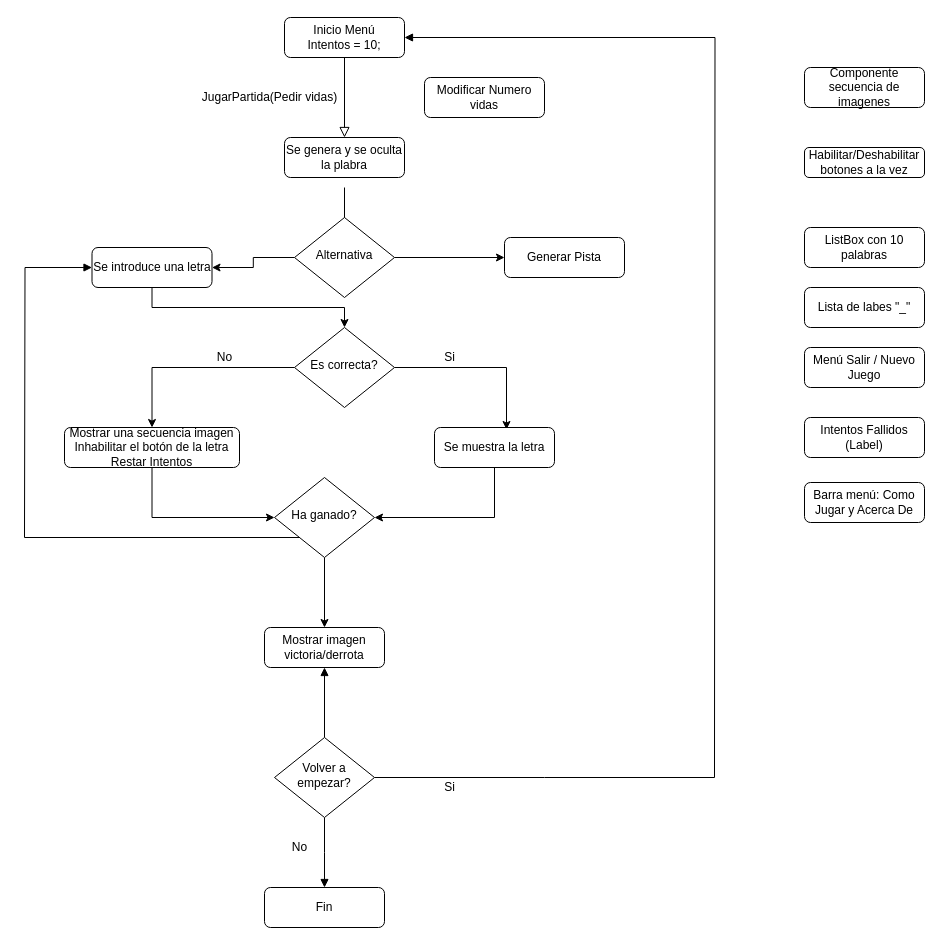
Before: FlujoAhorcado.drawio in JagaScripts/java-full-stack-dev-m4-game02, a draw.io diagram. Source tidied: cells renumbered, new cells numbered last; positions are measured from the earlier drawing's top-left corner, leaving out a move shared by most shapes. Both pictures are drawn from the tidied source at 100%, with x=0, y=0 at pixel (24, 17).
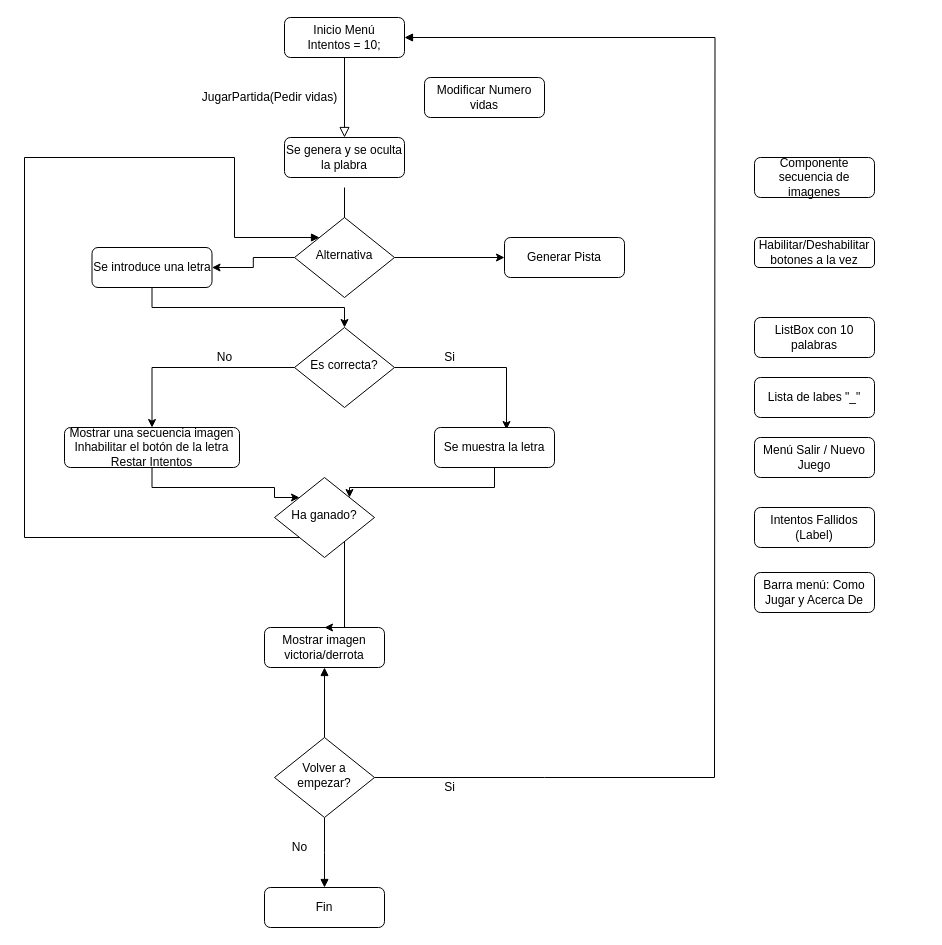
After the change.

Unchanged cells that the change refers to:
```xml
<mxCell id="13" value="Se introduce una letra" style="rounded=1;whiteSpace=wrap;html=1;fontSize=12;glass=0;strokeWidth=1;shadow=0;" parent="1" vertex="1">
  <mxGeometry x="67.5" y="230" width="120" height="40" as="geometry" />
</mxCell>
<mxCell id="15" value="Mostrar una secuencia imagen&lt;br&gt;Inhabilitar el botón de la letra&lt;br&gt;Restar Intentos" style="rounded=1;whiteSpace=wrap;html=1;fontSize=12;glass=0;strokeWidth=1;shadow=0;" parent="1" vertex="1">
  <mxGeometry x="40" y="410" width="175" height="40" as="geometry" />
</mxCell>
<mxCell id="17" value="Se muestra la letra" style="rounded=1;whiteSpace=wrap;html=1;fontSize=12;glass=0;strokeWidth=1;shadow=0;" parent="1" vertex="1">
  <mxGeometry x="410" y="410" width="120" height="40" as="geometry" />
</mxCell>
<mxCell id="26" value="Mostrar imagen victoria/derrota" style="rounded=1;whiteSpace=wrap;html=1;fontSize=12;glass=0;strokeWidth=1;shadow=0;" parent="1" vertex="1">
  <mxGeometry x="240" y="610" width="120" height="40" as="geometry" />
</mxCell>
<mxCell id="29" value="Ha ganado?" style="rhombus;whiteSpace=wrap;html=1;shadow=0;fontFamily=Helvetica;fontSize=12;align=center;strokeWidth=1;spacing=6;spacingTop=-4;" parent="1" vertex="1">
  <mxGeometry x="250" y="460" width="100" height="80" as="geometry" />
</mxCell>
<mxCell id="43" value="Alternativa" style="rhombus;whiteSpace=wrap;html=1;shadow=0;fontFamily=Helvetica;fontSize=12;align=center;strokeWidth=1;spacing=6;spacingTop=-4;" parent="1" vertex="1">
  <mxGeometry x="270" y="200" width="100" height="80" as="geometry" />
</mxCell>
```

What changed in the source:
```diff
@@
-    <mxCell id="12" style="edgeStyle=orthogonalEdgeStyle;rounded=0;jettySize=auto;html=1;exitX=0;exitY=0.5;exitDx=0;exitDy=0;endArrow=none;endFill=0;startArrow=block;startFill=1;" parent="1" edge="1" source="13">
+    <mxCell id="12" style="edgeStyle=orthogonalEdgeStyle;rounded=0;jettySize=auto;html=1;endArrow=none;endFill=0;startArrow=block;startFill=1;exitX=0;exitY=0;exitDx=0;exitDy=0;" parent="1" edge="1" source="43">
       <mxGeometry relative="1" as="geometry">
         <mxPoint y="520" as="targetPoint" />
+        <Array as="points">
+          <mxPoint x="210" y="220" />
+          <mxPoint x="210" y="140" />
+          <mxPoint y="140" />
+        </Array>
       </mxGeometry>
     </mxCell>
@@
-    <mxCell id="14" style="edgeStyle=orthogonalEdgeStyle;rounded=0;jettySize=auto;html=1;exitX=0.5;exitY=1;exitDx=0;exitDy=0;entryX=0;entryY=0.5;entryDx=0;entryDy=0;" parent="1" edge="1" source="15" target="29">
-      <mxGeometry relative="1" as="geometry" />
+    <mxCell id="14" style="edgeStyle=orthogonalEdgeStyle;rounded=0;jettySize=auto;html=1;exitX=0.5;exitY=1;exitDx=0;exitDy=0;entryX=0;entryY=0;entryDx=0;entryDy=0;" parent="1" edge="1" source="15" target="29">
+      <mxGeometry relative="1" as="geometry">
+        <Array as="points">
+          <mxPoint x="128" y="470" />
+          <mxPoint x="250" y="470" />
+          <mxPoint x="250" y="480" />
+        </Array>
+      </mxGeometry>
     </mxCell>
@@
-    <mxCell id="16" style="edgeStyle=orthogonalEdgeStyle;rounded=0;jettySize=auto;html=1;exitX=0.5;exitY=1;exitDx=0;exitDy=0;entryX=1;entryY=0.5;entryDx=0;entryDy=0;" parent="1" edge="1" source="17" target="29">
-      <mxGeometry relative="1" as="geometry" />
+    <mxCell id="16" style="edgeStyle=orthogonalEdgeStyle;rounded=0;jettySize=auto;html=1;exitX=0.5;exitY=1;exitDx=0;exitDy=0;entryX=1;entryY=0;entryDx=0;entryDy=0;" parent="1" edge="1" source="17" target="29">
+      <mxGeometry relative="1" as="geometry">
+        <Array as="points">
+          <mxPoint x="470" y="470" />
+          <mxPoint x="325" y="470" />
+        </Array>
+      </mxGeometry>
     </mxCell>
@@
     <mxCell id="20" value="Habilitar/Deshabilitar botones a la vez" style="rounded=1;whiteSpace=wrap;html=1;fontSize=12;glass=0;strokeWidth=1;shadow=0;" parent="1" vertex="1">
-      <mxGeometry x="780" y="130" width="120" height="30" as="geometry" />
+      <mxGeometry x="730" y="220" width="120" height="30" as="geometry" />
     </mxCell>
     <mxCell id="21" value="Componente secuencia de imagenes" style="rounded=1;whiteSpace=wrap;html=1;fontSize=12;glass=0;strokeWidth=1;shadow=0;" parent="1" vertex="1">
-      <mxGeometry x="780" y="50" width="120" height="40" as="geometry" />
+      <mxGeometry x="730" y="140" width="120" height="40" as="geometry" />
     </mxCell>
@@
     <mxCell id="23" value="ListBox con 10 palabras" style="rounded=1;whiteSpace=wrap;html=1;fontSize=12;glass=0;strokeWidth=1;shadow=0;" parent="1" vertex="1">
-      <mxGeometry x="780" y="210" width="120" height="40" as="geometry" />
+      <mxGeometry x="730" y="300" width="120" height="40" as="geometry" />
     </mxCell>
     <mxCell id="24" value="Lista de labes &quot;_&quot;" style="rounded=1;whiteSpace=wrap;html=1;fontSize=12;glass=0;strokeWidth=1;shadow=0;" parent="1" vertex="1">
-      <mxGeometry x="780" y="270" width="120" height="40" as="geometry" />
+      <mxGeometry x="730" y="360" width="120" height="40" as="geometry" />
     </mxCell>
@@
-    <mxCell id="27" style="edgeStyle=orthogonalEdgeStyle;rounded=0;jettySize=auto;html=1;exitX=0.5;exitY=1;exitDx=0;exitDy=0;entryX=0.5;entryY=0;entryDx=0;entryDy=0;" parent="1" edge="1" source="29" target="26">
-      <mxGeometry relative="1" as="geometry" />
+    <mxCell id="27" style="edgeStyle=orthogonalEdgeStyle;rounded=0;jettySize=auto;html=1;entryX=0.5;entryY=0;entryDx=0;entryDy=0;" parent="1" edge="1" source="29" target="26">
+      <mxGeometry relative="1" as="geometry">
+        <Array as="points">
+          <mxPoint x="320" y="610" />
+        </Array>
+      </mxGeometry>
     </mxCell>
     <mxCell id="28" style="edgeStyle=orthogonalEdgeStyle;rounded=0;jettySize=auto;html=1;exitX=0;exitY=1;exitDx=0;exitDy=0;endArrow=none;endFill=0;" parent="1" edge="1" source="29">
       <mxGeometry relative="1" as="geometry">
         <mxPoint y="520" as="targetPoint" />
+        <Array as="points">
+          <mxPoint x="275" y="520" />
+        </Array>
       </mxGeometry>
     </mxCell>
@@
     <mxCell id="36" value="Menú Salir / Nuevo Juego" style="rounded=1;whiteSpace=wrap;html=1;fontSize=12;glass=0;strokeWidth=1;shadow=0;" parent="1" vertex="1">
-      <mxGeometry x="780" y="330" width="120" height="40" as="geometry" />
+      <mxGeometry x="730" y="420" width="120" height="40" as="geometry" />
     </mxCell>
     <mxCell id="37" value="Intentos Fallidos (Label)" style="rounded=1;whiteSpace=wrap;html=1;fontSize=12;glass=0;strokeWidth=1;shadow=0;" parent="1" vertex="1">
-      <mxGeometry x="780" y="400" width="120" height="40" as="geometry" />
+      <mxGeometry x="730" y="490" width="120" height="40" as="geometry" />
     </mxCell>
     <mxCell id="38" value="Barra menú: Como Jugar y Acerca De" style="rounded=1;whiteSpace=wrap;html=1;fontSize=12;glass=0;strokeWidth=1;shadow=0;" parent="1" vertex="1">
-      <mxGeometry x="780" y="465" width="120" height="40" as="geometry" />
+      <mxGeometry x="730" y="555" width="120" height="40" as="geometry" />
     </mxCell>
```
